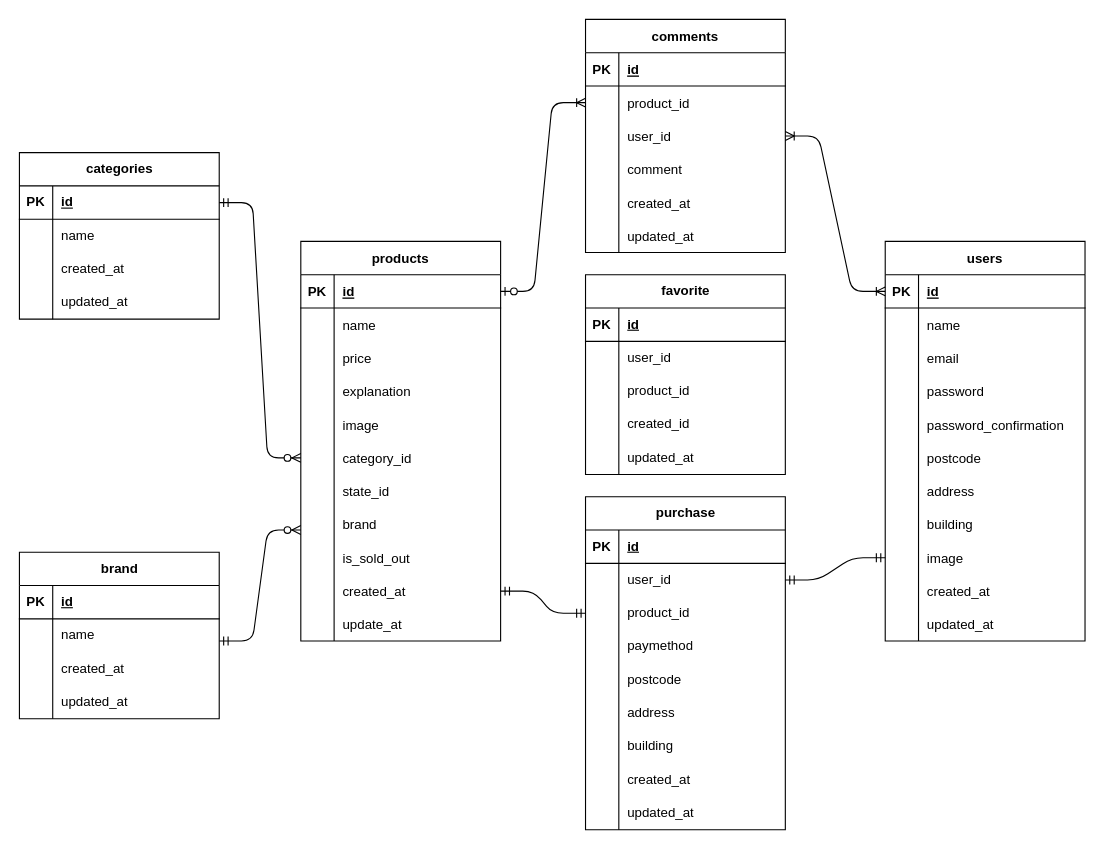
This is src/.dio from ykaho929/Test-Fleamarket, a draw.io file, before an edit. Source tidied: cells renumbered, new cells numbered last; positions are measured from the earlier drawing's top-left corner, leaving out a move shared by most shapes. Both pictures are drawn from the tidied source at 111%, with x=0, y=0 at pixel (19, 19).
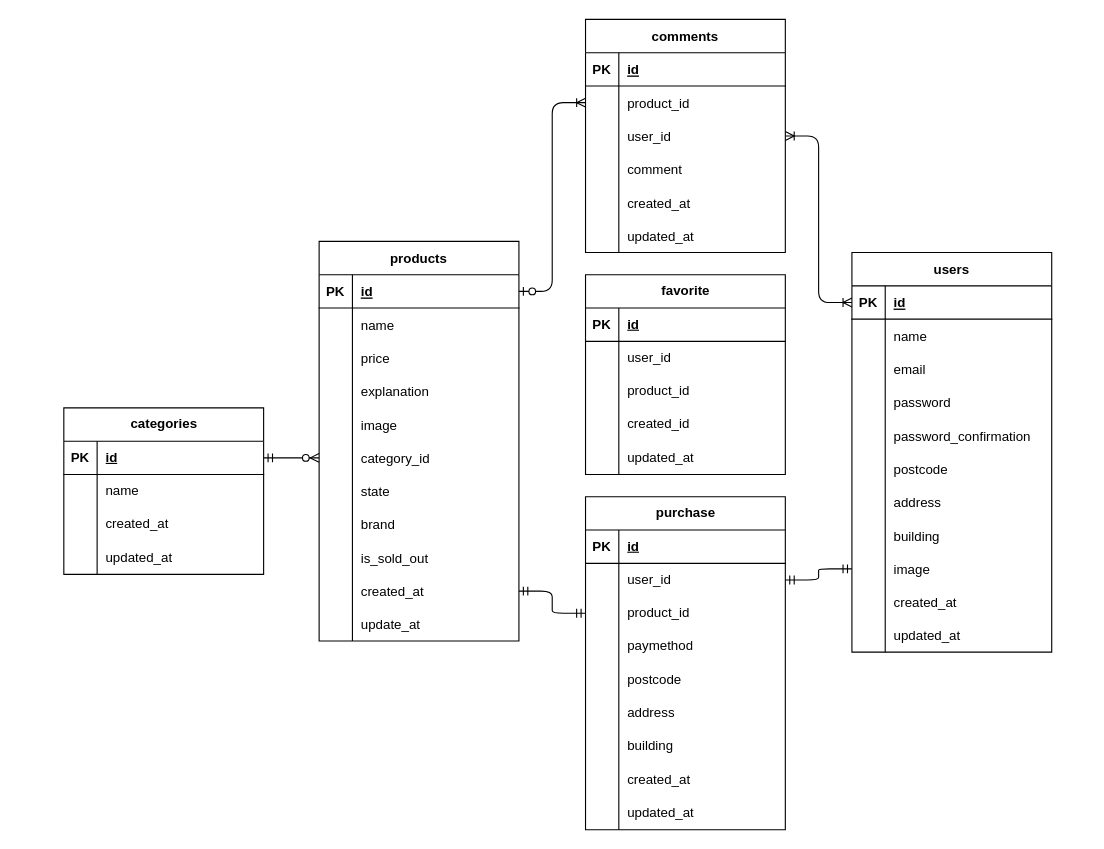
The same diagram, later.

Unchanged cells that the change refers to:
```xml
<mxCell id="21" style="shape=tableRow;horizontal=0;startSize=0;swimlaneHead=0;swimlaneBody=0;fillColor=none;top=0;left=0;right=0;bottom=0;" parent="2" vertex="1">
  <mxGeometry y="210" width="180" height="30" as="geometry" />
</mxCell>
```

What changed in the source:
```diff
@@
     <mxCell id="2" value="products" style="shape=table;startSize=30;childLayout=tableLayout;rowLines=0;fontStyle=1;align=center;" parent="1" vertex="1">
-      <mxGeometry x="253.5" y="200" width="180" height="360" as="geometry" />
+      <mxGeometry x="270" y="200" width="180" height="360" as="geometry" />
     </mxCell>
@@
-    <mxCell id="23" value="state_id" style="shape=partialRectangle;fillColor=none;top=0;left=0;bottom=0;right=0;align=left;spacingLeft=6;overflow=hidden;" parent="21" vertex="1">
+    <mxCell id="23" value="state" style="shape=partialRectangle;fillColor=none;top=0;left=0;bottom=0;right=0;align=left;spacingLeft=6;overflow=hidden;" parent="21" vertex="1">
       <mxGeometry x="30" width="150" height="30" as="geometry" />
     </mxCell>
@@
     <mxCell id="55" value="categories" style="shape=table;startSize=30;childLayout=tableLayout;rowLines=0;fontStyle=1;align=center;html=1;" parent="1" vertex="1">
-      <mxGeometry y="120" width="180" height="150" as="geometry" />
+      <mxGeometry x="40" y="350" width="180" height="150" as="geometry" />
     </mxCell>
@@
-    <mxCell id="68" value="brand" style="shape=table;startSize=30;childLayout=tableLayout;rowLines=0;fontStyle=1;align=center;html=1;" parent="1" vertex="1">
-      <mxGeometry y="480" width="180" height="150" as="geometry" />
-    </mxCell>
-    <mxCell id="69" style="shape=tableRow;horizontal=0;startSize=0;swimlaneHead=0;swimlaneBody=0;fillColor=none;top=0;left=0;right=0;bottom=1;" parent="68" vertex="1">
-      <mxGeometry y="30" width="180" height="30" as="geometry" />
-    </mxCell>
-    <mxCell id="70" value="PK" style="shape=partialRectangle;fillColor=none;top=0;left=0;bottom=0;right=0;fontStyle=1;overflow=hidden;whiteSpace=wrap;html=1;" parent="69" vertex="1">
-      <mxGeometry width="30" height="30" as="geometry" />
-    </mxCell>
-    <mxCell id="71" value="id" style="shape=partialRectangle;fillColor=none;top=0;left=0;bottom=0;right=0;align=left;spacingLeft=6;fontStyle=5;overflow=hidden;whiteSpace=wrap;html=1;" parent="69" vertex="1">
-      <mxGeometry x="30" width="150" height="30" as="geometry" />
-    </mxCell>
-    <mxCell id="72" style="shape=tableRow;horizontal=0;startSize=0;swimlaneHead=0;swimlaneBody=0;fillColor=none;top=0;left=0;right=0;bottom=0;" parent="68" vertex="1">
-      <mxGeometry y="60" width="180" height="30" as="geometry" />
-    </mxCell>
-    <mxCell id="73" style="shape=partialRectangle;fillColor=none;top=0;left=0;bottom=0;right=0;overflow=hidden;whiteSpace=wrap;html=1;" parent="72" vertex="1">
-      <mxGeometry width="30" height="30" as="geometry" />
-    </mxCell>
-    <mxCell id="74" value="name" style="shape=partialRectangle;fillColor=none;top=0;left=0;bottom=0;right=0;align=left;spacingLeft=6;overflow=hidden;whiteSpace=wrap;html=1;" parent="72" vertex="1">
-      <mxGeometry x="30" width="150" height="30" as="geometry" />
-    </mxCell>
-    <mxCell id="75" style="shape=tableRow;horizontal=0;startSize=0;swimlaneHead=0;swimlaneBody=0;fillColor=none;top=0;left=0;right=0;bottom=0;" parent="68" vertex="1">
-      <mxGeometry y="90" width="180" height="30" as="geometry" />
-    </mxCell>
-    <mxCell id="76" style="shape=partialRectangle;fillColor=none;top=0;left=0;bottom=0;right=0;overflow=hidden;whiteSpace=wrap;html=1;" parent="75" vertex="1">
-      <mxGeometry width="30" height="30" as="geometry" />
-    </mxCell>
-    <mxCell id="77" value="created_at" style="shape=partialRectangle;fillColor=none;top=0;left=0;bottom=0;right=0;align=left;spacingLeft=6;overflow=hidden;whiteSpace=wrap;html=1;" parent="75" vertex="1">
-      <mxGeometry x="30" width="150" height="30" as="geometry" />
-    </mxCell>
-    <mxCell id="78" style="shape=tableRow;horizontal=0;startSize=0;swimlaneHead=0;swimlaneBody=0;fillColor=none;top=0;left=0;right=0;bottom=0;" parent="68" vertex="1">
-      <mxGeometry y="120" width="180" height="30" as="geometry" />
-    </mxCell>
-    <mxCell id="79" style="shape=partialRectangle;fillColor=none;top=0;left=0;bottom=0;right=0;overflow=hidden;whiteSpace=wrap;html=1;" parent="78" vertex="1">
-      <mxGeometry width="30" height="30" as="geometry" />
-    </mxCell>
-    <mxCell id="80" value="updated_at" style="shape=partialRectangle;fillColor=none;top=0;left=0;bottom=0;right=0;align=left;spacingLeft=6;overflow=hidden;whiteSpace=wrap;html=1;" parent="78" vertex="1">
-      <mxGeometry x="30" width="150" height="30" as="geometry" />
-    </mxCell>
     <mxCell id="81" value="users" style="shape=table;startSize=30;childLayout=tableLayout;rowLines=0;fontStyle=1;align=center;" parent="1" vertex="1">
-      <mxGeometry x="780" y="200" width="180" height="360" as="geometry" />
+      <mxGeometry x="750" y="210" width="180" height="360" as="geometry" />
     </mxCell>
@@
-    <mxCell id="144" style="edgeStyle=entityRelationEdgeStyle;fontSize=12;html=1;endArrow=ERzeroToMany;startArrow=ERmandOne;exitX=1;exitY=0.5;exitDx=0;exitDy=0;entryX=0;entryY=0.5;entryDx=0;entryDy=0;" parent="1" edge="1">
-      <mxGeometry relative="1" as="geometry">
-        <mxPoint x="180" y="560" as="sourcePoint" />
-        <mxPoint x="253.5" y="460" as="targetPoint" />
-        <Array as="points">
-          <mxPoint x="160" y="95" />
-        </Array>
-      </mxGeometry>
-    </mxCell>
```
